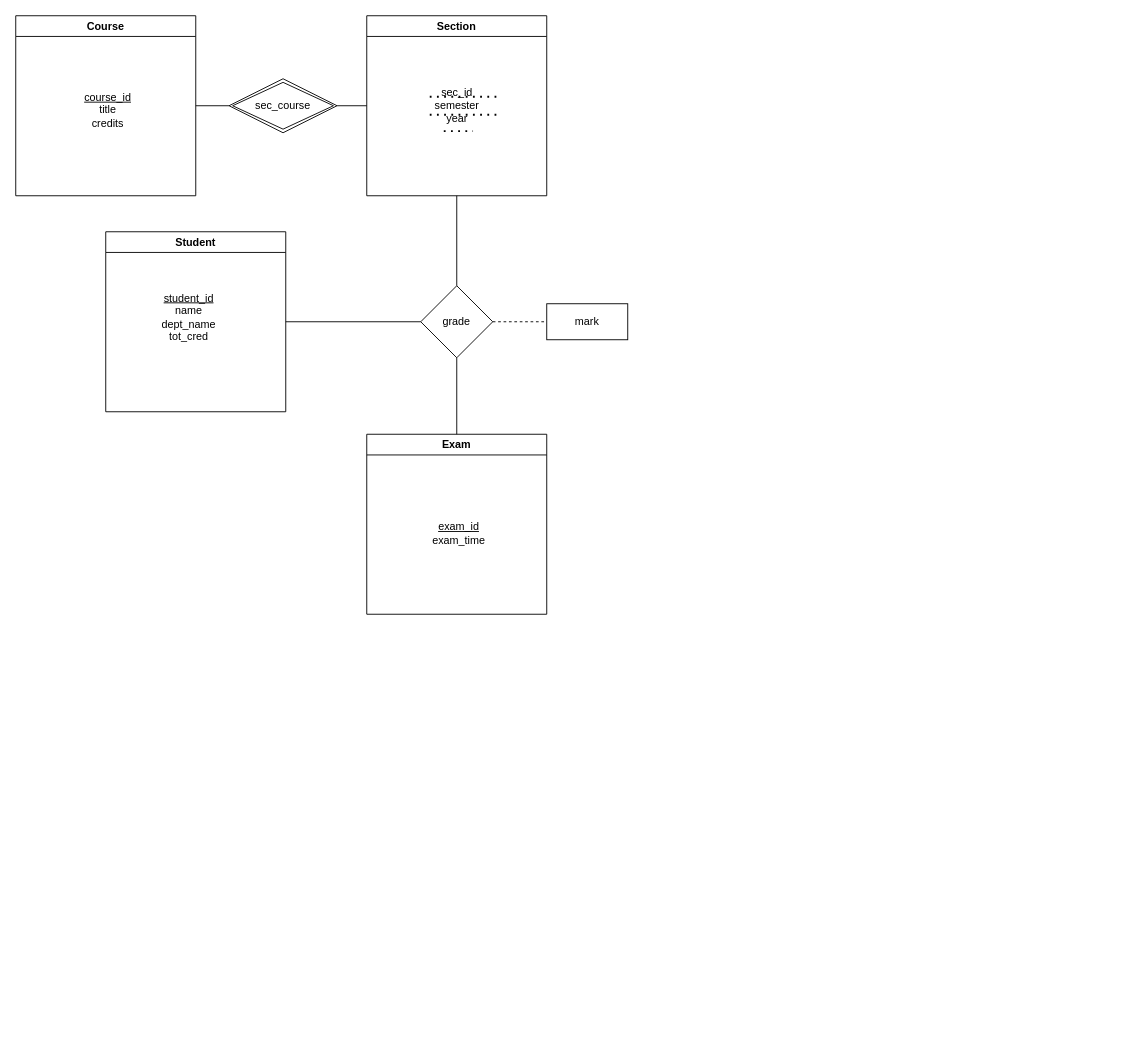
Earlier version of the draw.io diagram hw_6-2.drawio (RimLutienpeist/Draw_io_Repo). Source tidied: cells renumbered, new cells numbered last; positions are measured from the earlier drawing's top-left corner, leaving out a move shared by most shapes. Both pictures are drawn from the tidied source at 90%, with x=0, y=0 at pixel (15, 15).
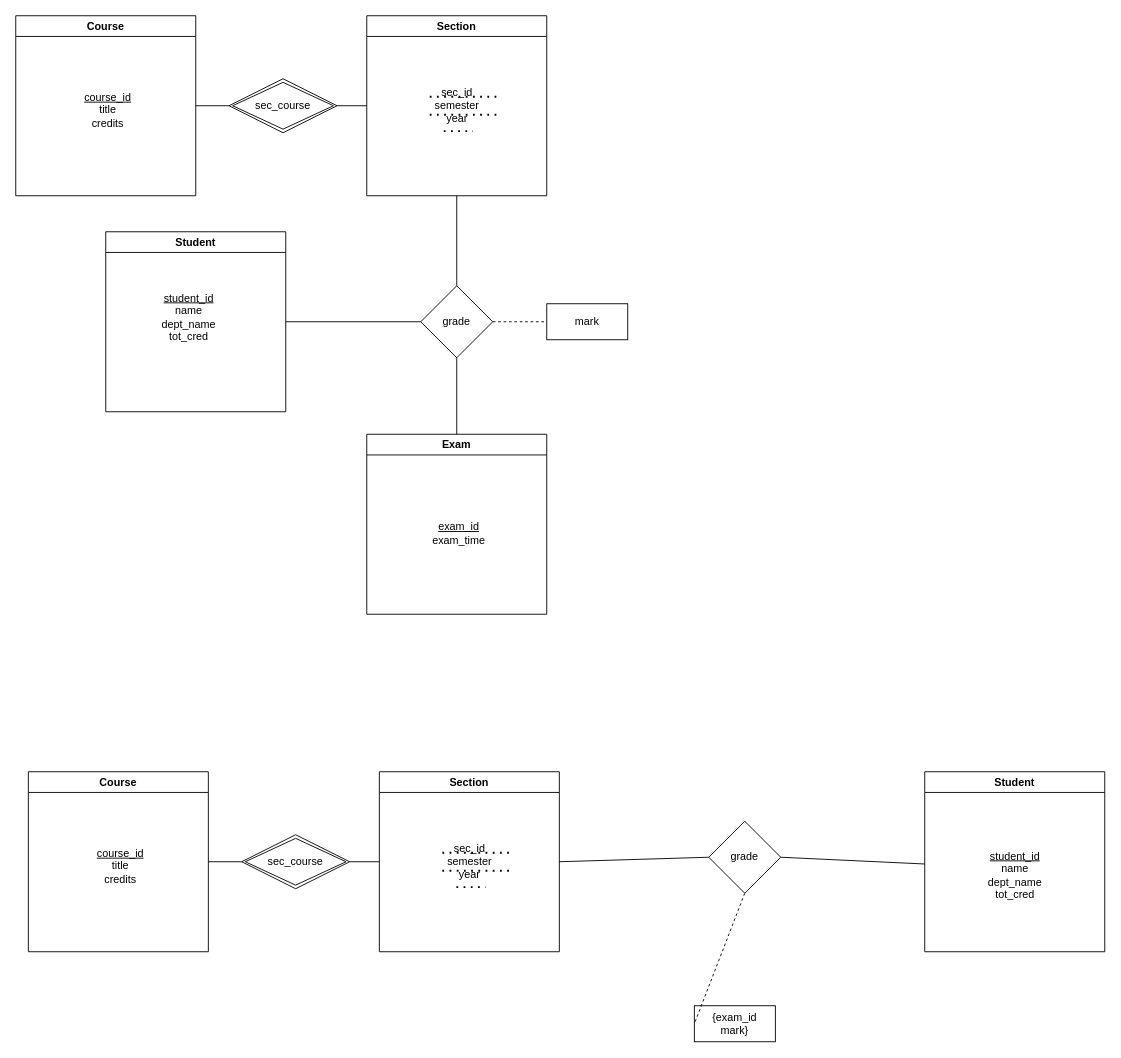
After the change.

Diff of the diagram source:
```diff
@@
+    <mxCell id="22" value="Student" style="swimlane;whiteSpace=wrap;html=1;" parent="1" vertex="1">
+      <mxGeometry x="1010" y="840" width="200" height="200" as="geometry" />
+    </mxCell>
+    <mxCell id="23" value="&lt;u&gt;student_id&lt;/u&gt;&lt;br&gt;name&lt;br&gt;dept_name&lt;br&gt;tot_cred" style="text;html=1;align=center;verticalAlign=middle;strokeColor=none;fillColor=none;" parent="22" vertex="1">
+      <mxGeometry x="55" y="75" width="90" height="80" as="geometry" />
+    </mxCell>
+    <mxCell id="24" value="Course" style="swimlane;whiteSpace=wrap;html=1;startSize=23;" parent="1" vertex="1">
+      <mxGeometry x="14" y="840" width="200" height="200" as="geometry" />
+    </mxCell>
+    <mxCell id="25" value="Section" style="swimlane;whiteSpace=wrap;html=1;" parent="1" vertex="1">
+      <mxGeometry x="404" y="840" width="200" height="200" as="geometry" />
+    </mxCell>
+    <mxCell id="26" value="sec_id&lt;br&gt;semester&lt;br&gt;year" style="text;html=1;align=center;verticalAlign=middle;points=[];strokeColor=none;fillColor=none;" parent="25" vertex="1">
+      <mxGeometry x="60" y="70" width="80" height="60" as="geometry" />
+    </mxCell>
+    <mxCell id="27" style="endArrow=none;dashed=1;html=1;dashPattern=1 3;strokeWidth=2;rounded=0;exitX=0.32;exitY=0.971;exitDx=0;exitDy=0;exitPerimeter=0;entryX=0.726;entryY=0.969;entryDx=0;entryDy=0;entryPerimeter=0;" parent="25" edge="1" source="26" target="26">
+      <mxGeometry relative="1" as="geometry" />
+    </mxCell>
+    <mxCell id="28" style="endArrow=none;dashed=1;html=1;dashPattern=1 3;strokeWidth=2;rounded=0;exitX=0.32;exitY=0.971;exitDx=0;exitDy=0;exitPerimeter=0;" parent="25" edge="1">
+      <mxGeometry relative="1" as="geometry">
+        <mxPoint x="70" y="110" as="sourcePoint" />
+        <mxPoint x="150" y="110" as="targetPoint" />
+      </mxGeometry>
+    </mxCell>
+    <mxCell id="29" style="endArrow=none;dashed=1;html=1;dashPattern=1 3;strokeWidth=2;rounded=0;exitX=0.32;exitY=0.971;exitDx=0;exitDy=0;exitPerimeter=0;" parent="25" edge="1">
+      <mxGeometry relative="1" as="geometry">
+        <mxPoint x="70" y="90" as="sourcePoint" />
+        <mxPoint x="150" y="90" as="targetPoint" />
+      </mxGeometry>
+    </mxCell>
+    <mxCell id="30" value="{exam_id&lt;br&gt;mark}" style="rounded=0;whiteSpace=wrap;html=1;" parent="1" vertex="1">
+      <mxGeometry x="754" y="1100" width="90" height="40" as="geometry" />
+    </mxCell>
+    <mxCell id="31" style="endArrow=none;dashed=1;html=1;rounded=0;exitX=0.5;exitY=1;exitDx=0;exitDy=0;entryX=0;entryY=0.5;entryDx=0;entryDy=0;" parent="1" edge="1" source="37" target="30">
+      <mxGeometry relative="1" as="geometry" />
+    </mxCell>
+    <mxCell id="32" value="sec_course" style="shape=rhombus;double=1;perimeter=rhombusPerimeter;whiteSpace=wrap;html=1;align=center;" parent="1" vertex="1">
+      <mxGeometry x="251" y="910" width="120" height="60" as="geometry" />
+    </mxCell>
+    <mxCell id="33" style="endArrow=none;html=1;rounded=0;exitX=1;exitY=0.5;exitDx=0;exitDy=0;entryX=0;entryY=0.5;entryDx=0;entryDy=0;" parent="1" edge="1" source="24" target="32">
+      <mxGeometry relative="1" as="geometry" />
+    </mxCell>
+    <mxCell id="34" style="endArrow=none;html=1;rounded=0;exitX=1;exitY=0.5;exitDx=0;exitDy=0;entryX=0;entryY=0.5;entryDx=0;entryDy=0;" parent="1" edge="1" source="32" target="25">
+      <mxGeometry relative="1" as="geometry" />
+    </mxCell>
+    <mxCell id="35" value="&lt;u&gt;course_id&lt;/u&gt;&lt;br&gt;title&lt;br&gt;credits" style="text;html=1;align=center;verticalAlign=middle;strokeColor=none;fillColor=none;" parent="1" vertex="1">
+      <mxGeometry x="76" y="915" width="80" height="60" as="geometry" />
+    </mxCell>
+    <mxCell id="36" style="endArrow=none;html=1;rounded=0;exitX=1;exitY=0.5;exitDx=0;exitDy=0;entryX=0;entryY=0.5;entryDx=0;entryDy=0;" parent="1" edge="1" source="25" target="37">
+      <mxGeometry relative="1" as="geometry" />
+    </mxCell>
+    <mxCell id="37" value="grade" style="rhombus;whiteSpace=wrap;html=1;" parent="1" vertex="1">
+      <mxGeometry x="770" y="895" width="80" height="80" as="geometry" />
+    </mxCell>
+    <mxCell id="38" style="endArrow=none;html=1;rounded=0;entryX=0;entryY=0.5;entryDx=0;entryDy=0;exitX=1;exitY=0.5;exitDx=0;exitDy=0;" parent="1" edge="1" source="37">
+      <mxGeometry relative="1" as="geometry">
+        <mxPoint x="1010" y="942.5" as="targetPoint" />
+      </mxGeometry>
+    </mxCell>
```
